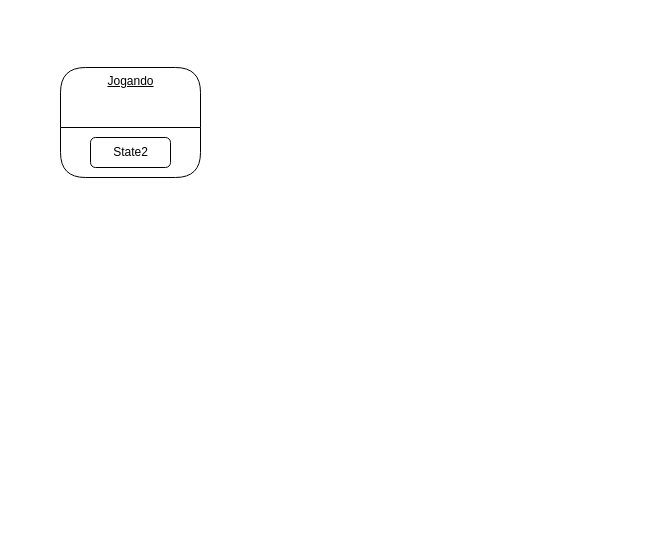
Above: page "Page-1" (1 of 2) of Untitled Diagram.drawio in vosouza/LPS_Projeto (draw.io), before the change. Source tidied: cells renumbered, new cells numbered last; positions are measured from the earlier drawing's top-left corner, leaving out a move shared by most shapes. Both pictures are drawn from the tidied source at 100%, with x=0, y=0 at pixel (60, 67).
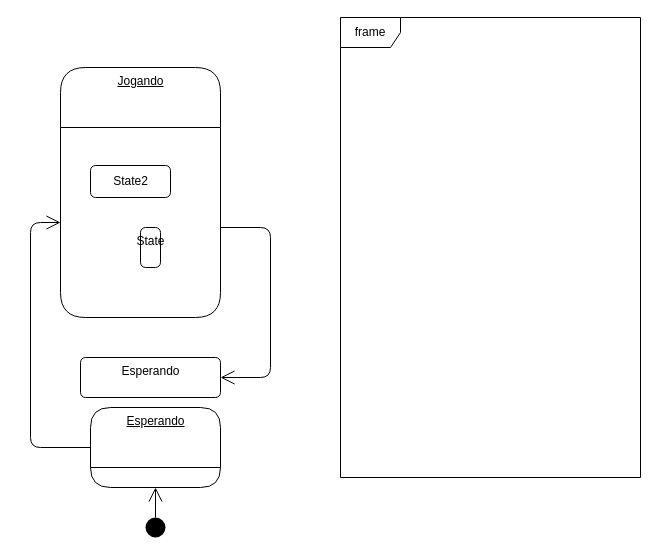
After the change.

What changed in the source:
```diff
@@
 <mxGraphModel>
   <root>
     <mxCell id="0" />
     <mxCell id="1" parent="0" />
     <mxCell id="2" value="Jogando" style="swimlane;fontStyle=4;align=center;verticalAlign=top;horizontal=1;startSize=60;html=1;rounded=1;absoluteArcSize=1;arcSize=50;" parent="1" vertex="1">
-      <mxGeometry width="140" height="110" as="geometry" />
+      <mxGeometry width="160" height="250" as="geometry" />
     </mxCell>
     <mxCell id="3" style="fillColor=none;strokeColor=none;" parent="2" vertex="1">
-      <mxGeometry y="60" width="140" height="50" as="geometry" />
+      <mxGeometry y="60" width="160" height="190" as="geometry" />
     </mxCell>
     <mxCell id="4" value="State2" style="html=1;align=center;verticalAlign=middle;rounded=1;absoluteArcSize=1;arcSize=10;" parent="3" vertex="1">
-      <mxGeometry x="30" y="10" width="80" height="30" as="geometry" />
+      <mxGeometry x="30" y="38" width="80" height="32" as="geometry" />
     </mxCell>
+    <mxCell id="5" value="State" style="html=1;align=center;verticalAlign=top;rounded=1;absoluteArcSize=1;arcSize=10;dashed=0;" parent="3" vertex="1">
+      <mxGeometry x="80" y="100" width="20" height="40" as="geometry" />
+    </mxCell>
+    <mxCell id="6" value="frame" style="shape=umlFrame;whiteSpace=wrap;html=1;" parent="1" vertex="1">
+      <mxGeometry x="280" y="-50" width="300" height="460" as="geometry" />
+    </mxCell>
+    <mxCell id="7" value="Esperando" style="swimlane;fontStyle=4;align=center;verticalAlign=top;horizontal=1;startSize=60;html=1;rounded=1;absoluteArcSize=1;arcSize=50;" parent="1" vertex="1">
+      <mxGeometry x="30" y="340" width="130" height="80" as="geometry" />
+    </mxCell>
+    <mxCell id="8" style="endArrow=open;endFill=1;endSize=12;html=1;entryX=1;entryY=0.5;entryDx=0;entryDy=0;" parent="1" edge="1" target="12">
+      <mxGeometry relative="1" as="geometry">
+        <mxPoint x="160" y="160" as="sourcePoint" />
+        <Array as="points">
+          <mxPoint x="210" y="160" />
+          <mxPoint x="210" y="310" />
+        </Array>
+      </mxGeometry>
+    </mxCell>
+    <mxCell id="9" style="endArrow=open;endFill=1;endSize=12;html=1;exitX=0;exitY=0.5;exitDx=0;exitDy=0;entryX=0;entryY=0.5;entryDx=0;entryDy=0;" parent="1" edge="1" source="7" target="3">
+      <mxGeometry relative="1" as="geometry">
+        <Array as="points">
+          <mxPoint x="-30" y="380" />
+          <mxPoint x="-30" y="155" />
+        </Array>
+      </mxGeometry>
+    </mxCell>
+    <mxCell id="10" style="ellipse;fillColor=#000000;strokeColor=none;" parent="1" vertex="1">
+      <mxGeometry x="85" y="450" width="20" height="20" as="geometry" />
+    </mxCell>
+    <mxCell id="11" style="endArrow=open;endFill=1;endSize=12;html=1;exitX=0.5;exitY=0;exitDx=0;exitDy=0;entryX=0.5;entryY=1;entryDx=0;entryDy=0;" parent="1" edge="1" source="10" target="7">
+      <mxGeometry relative="1" as="geometry" />
+    </mxCell>
+    <mxCell id="12" value="Esperando" style="html=1;align=center;verticalAlign=top;rounded=1;absoluteArcSize=1;arcSize=10;dashed=0;" parent="1" vertex="1">
+      <mxGeometry x="20" y="290" width="140" height="40" as="geometry" />
+    </mxCell>
   </root>
 </mxGraphModel>
```
